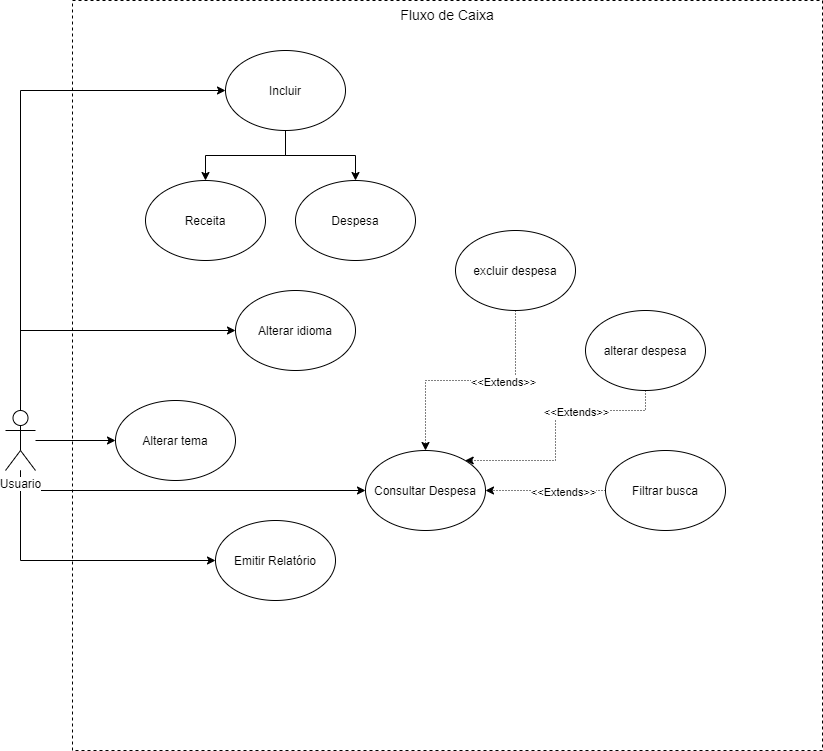
Above: Diagramas/CasoUso_Despesa_Facil.png in flaviosenne/despesa-facil (draw.io), before the change. Source tidied: cells renumbered, new cells last; positions are measured from the earlier drawing's top-left corner, leaving out a move shared by most shapes.
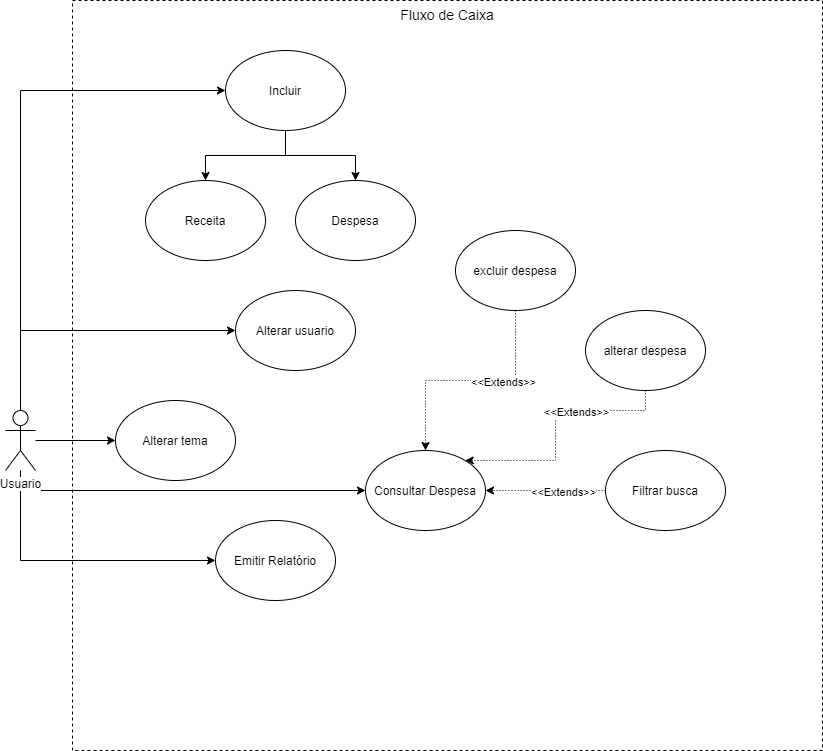
After the change.

The edit, as a diff of the source:
```diff
@@ -59,7 +59,7 @@
     <mxCell id="13" style="edgeStyle=orthogonalEdgeStyle;rounded=0;jettySize=auto;html=1;" parent="1" edge="1" source="10" target="12">
       <mxGeometry relative="1" as="geometry" />
     </mxCell>
-    <mxCell id="14" value="Alterar idioma" style="ellipse;whiteSpace=wrap;html=1;" parent="1" vertex="1">
+    <mxCell id="14" value="Alterar usuario" style="ellipse;whiteSpace=wrap;html=1;" parent="1" vertex="1">
       <mxGeometry x="230" y="290" width="120" height="80" as="geometry" />
     </mxCell>
     <mxCell id="15" value="Alterar tema" style="ellipse;whiteSpace=wrap;html=1;" parent="1" vertex="1">
```
